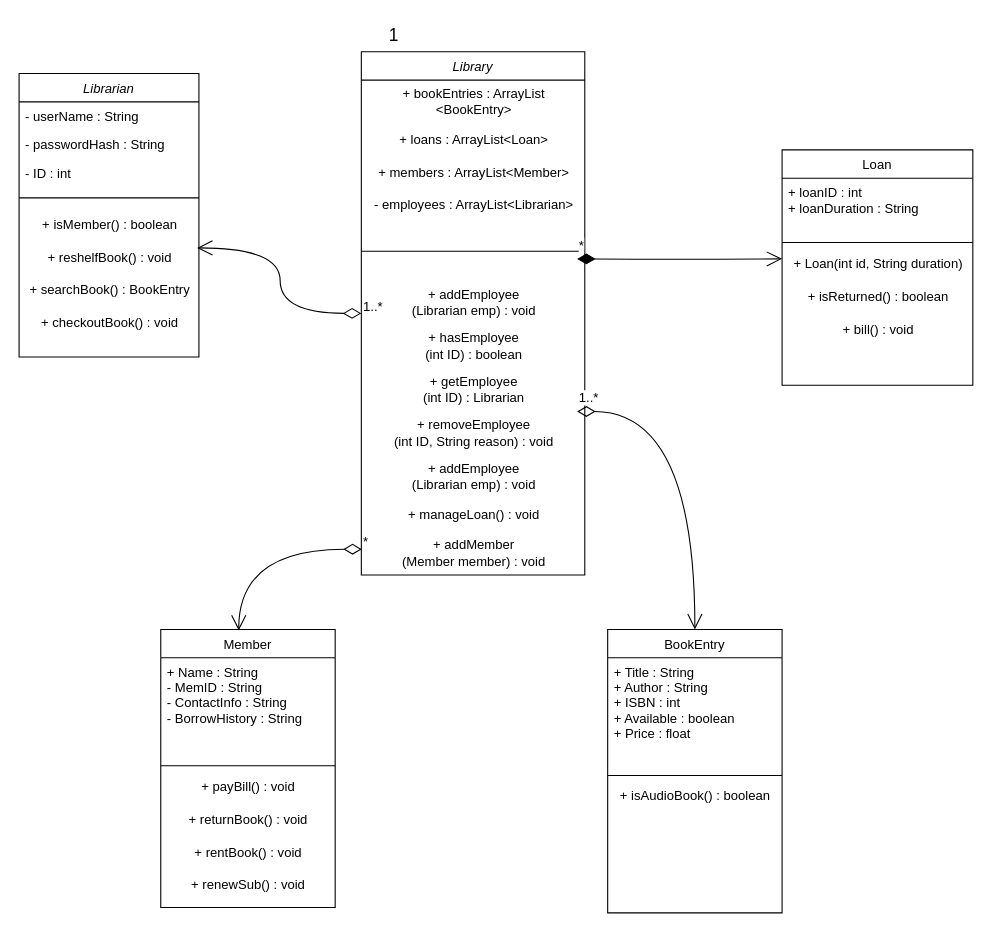
Before: Untitled Diagram.drawio in Twpendleton/ClassUMLDiagram, a draw.io diagram. Source tidied: cells renumbered, new cells numbered last; positions are measured from the earlier drawing's top-left corner, leaving out a move shared by most shapes. Both pictures are drawn from the tidied source at 109%, with x=0, y=0 at pixel (19, 19).
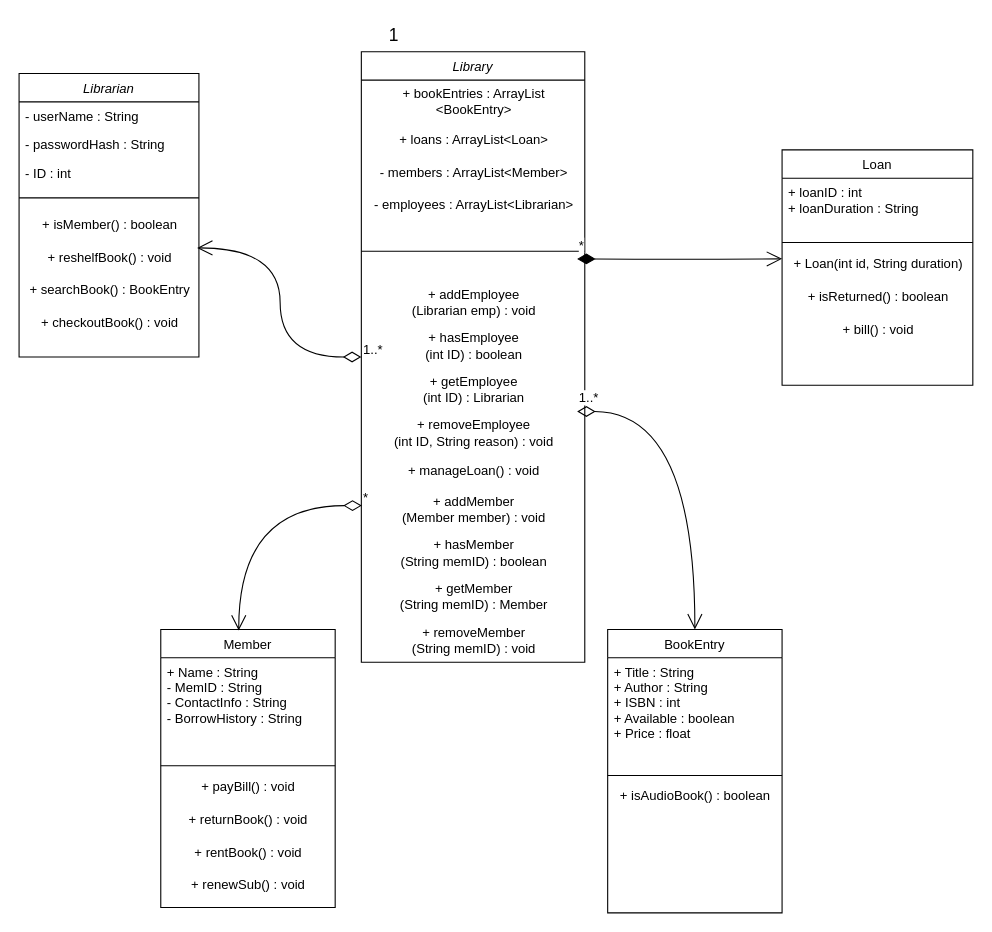
Above is the later version.

Commit message:
Restrict public members info in Library

What changed in the source:
```diff
@@
     <mxCell id="28" value="Library" style="swimlane;fontStyle=2;align=center;verticalAlign=top;horizontal=1;startSize=26;rounded=0;shadow=0;strokeWidth=1;" parent="1" vertex="1">
-      <mxGeometry x="314" y="30" width="205" height="480" as="geometry" />
+      <mxGeometry x="314" y="30" width="205" height="560" as="geometry" />
     </mxCell>
@@
-    <mxCell id="31" value="+ members : ArrayList&amp;lt;Member&amp;gt;" style="text;html=1;align=center;verticalAlign=middle;strokeColor=none;fillColor=none;" parent="28" vertex="1">
+    <mxCell id="31" value="- members : ArrayList&amp;lt;Member&amp;gt;" style="text;html=1;align=center;verticalAlign=middle;strokeColor=none;fillColor=none;" parent="28" vertex="1">
       <mxGeometry y="96" width="205" height="30" as="geometry" />
     </mxCell>
@@
-    <mxCell id="38" value="+ addEmployee&lt;div&gt;(Librarian emp)&amp;nbsp;&lt;span style=&quot;background-color: initial;&quot;&gt;: void&lt;/span&gt;&lt;/div&gt;" style="text;html=1;align=center;verticalAlign=middle;strokeColor=none;fillColor=none;" parent="28" vertex="1">
-      <mxGeometry y="370" width="205" height="40" as="geometry" />
-    </mxCell>
     <mxCell id="39" value="+ manageLoan() : void" style="text;html=1;align=center;verticalAlign=middle;strokeColor=none;fillColor=none;" parent="28" vertex="1">
-      <mxGeometry y="410" width="205" height="30" as="geometry" />
+      <mxGeometry y="370" width="205" height="30" as="geometry" />
     </mxCell>
     <mxCell id="40" value="+ addMember&lt;div&gt;(Member member) : void&lt;/div&gt;" style="text;html=1;align=center;verticalAlign=middle;points=[];strokeColor=none;fillColor=none;" parent="28" vertex="1">
-      <mxGeometry y="440" width="205" height="40" as="geometry" />
+      <mxGeometry y="400" width="205" height="40" as="geometry" />
     </mxCell>
+    <mxCell id="46" value="+ hasMember&lt;div&gt;(String memID) : boolean&lt;/div&gt;" style="text;html=1;align=center;verticalAlign=middle;strokeColor=none;fillColor=none;" parent="28" vertex="1">
+      <mxGeometry y="440" width="205" height="40" as="geometry" />
+    </mxCell>
+    <mxCell id="47" value="+ getMember&lt;div&gt;(String memID) : Member&lt;/div&gt;" style="text;html=1;align=center;verticalAlign=middle;strokeColor=none;fillColor=none;" parent="28" vertex="1">
+      <mxGeometry y="480" width="205" height="40" as="geometry" />
+    </mxCell>
+    <mxCell id="48" value="+ removeMember&lt;div&gt;(String memID) : void&lt;/div&gt;" style="text;html=1;align=center;verticalAlign=middle;strokeColor=none;fillColor=none;" parent="28" vertex="1">
+      <mxGeometry y="520" width="205" height="40" as="geometry" />
+    </mxCell>
```
